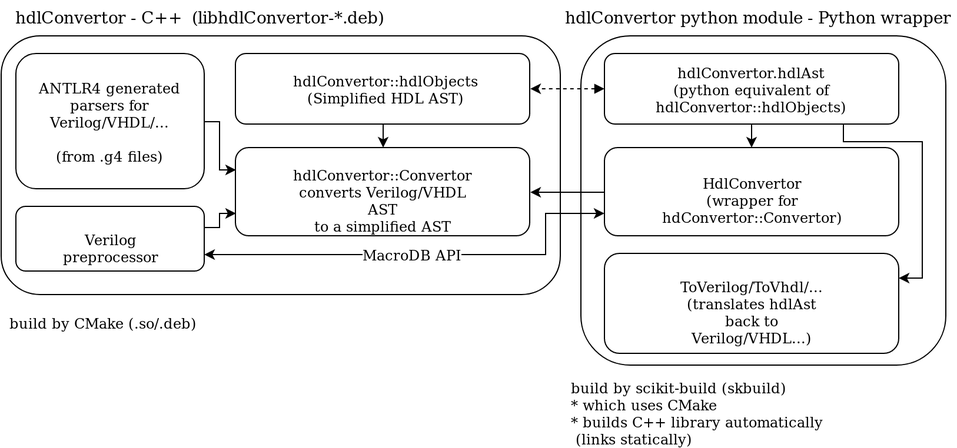
This is doc/hdlConvertor_overview.png from bushbecky/hdlConvertor, a draw.io export, as it was before one commit. Source tidied: cells renumbered, new cells last; positions are measured from the earlier drawing's top-left corner, leaving out a move shared by most shapes.
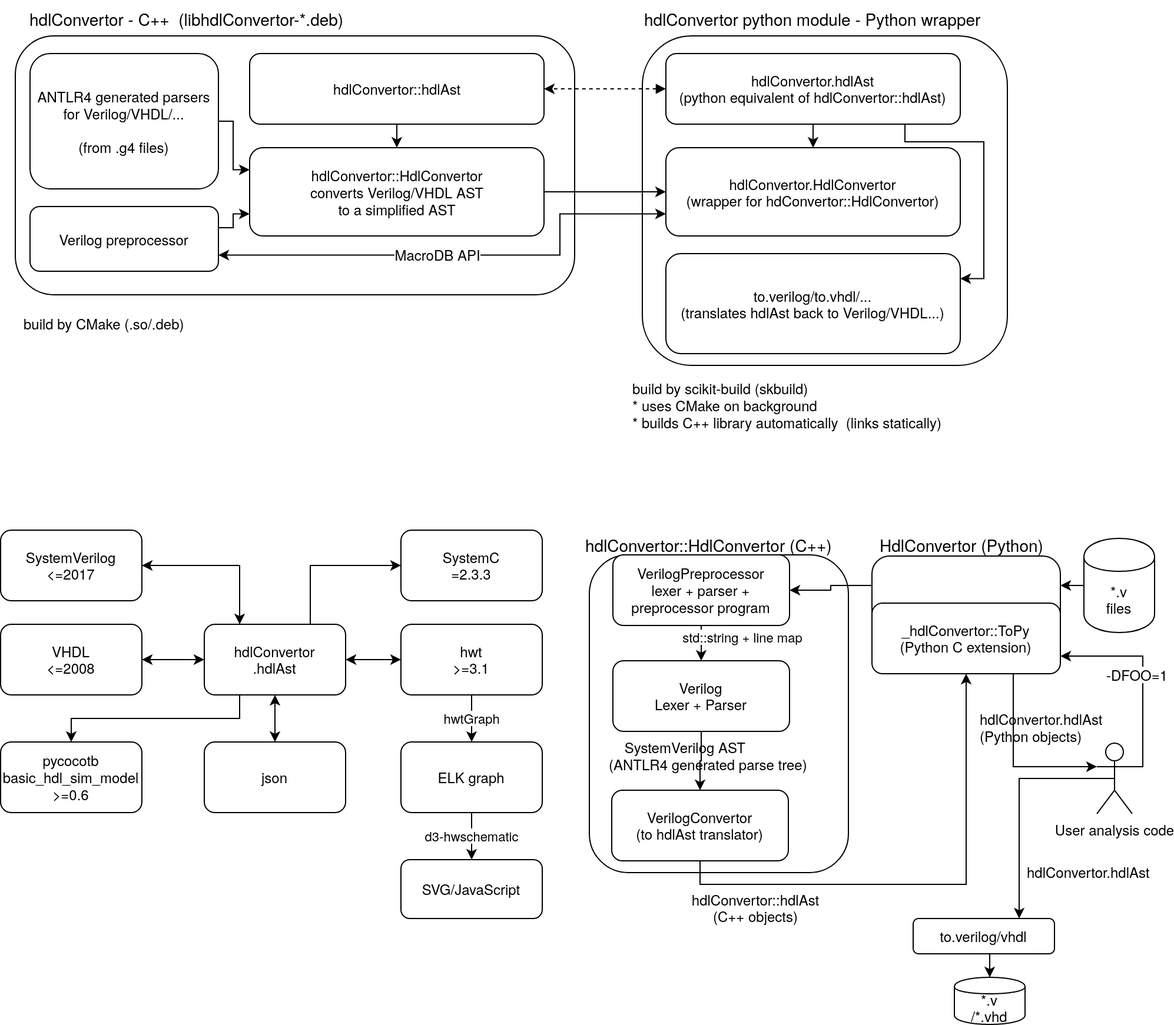
Later version of the same file.

What changed in the source:
```diff
@@ -6,7 +6,7 @@
       <mxGeometry x="-0.5" y="30" width="475" height="220" as="geometry" />
     </mxCell>
     <mxCell id="3" style="rounded=1;whiteSpace=wrap;html=1;" parent="1" vertex="1">
-      <mxGeometry x="492" y="30" width="310" height="280" as="geometry" />
+      <mxGeometry x="532" y="30" width="310" height="280" as="geometry" />
     </mxCell>
     <mxCell id="4" value="&lt;font style=&quot;font-size: 14px&quot;&gt;hdlConvertor - C++&amp;nbsp; (libhdlConvertor-*.deb)&lt;/font&gt;" style="text;html=1;" parent="1" vertex="1">
       <mxGeometry x="9.5" width="365" height="30" as="geometry" />
@@ -36,20 +36,20 @@
     <mxCell id="9" style="edgeStyle=orthogonalEdgeStyle;rounded=0;jettySize=auto;html=1;exitX=0.5;exitY=1;exitDx=0;exitDy=0;entryX=0.5;entryY=0;entryDx=0;entryDy=0;" parent="1" edge="1" source="10" target="12">
       <mxGeometry relative="1" as="geometry" />
     </mxCell>
-    <mxCell id="10" value="&lt;div&gt;hdlConvertor::hdlObjects&lt;/div&gt;&lt;div&gt;(Simplified HDL AST)&lt;br&gt;&lt;/div&gt;" style="rounded=1;whiteSpace=wrap;html=1;" parent="1" vertex="1">
+    <mxCell id="10" value="&lt;div&gt;hdlConvertor::hdlAst&lt;/div&gt;" style="rounded=1;whiteSpace=wrap;html=1;" parent="1" vertex="1">
       <mxGeometry x="198.5" y="45" width="250" height="60" as="geometry" />
     </mxCell>
     <mxCell id="11" value="&lt;div&gt;&lt;font style=&quot;font-size: 14px&quot;&gt;hdlConvertor python module - Python wrapper&lt;/font&gt;&lt;/div&gt;" style="text;html=1;" parent="1" vertex="1">
-      <mxGeometry x="477" width="280" height="20" as="geometry" />
+      <mxGeometry x="532" width="280" height="20" as="geometry" />
     </mxCell>
-    <mxCell id="12" value="&lt;div&gt;hdlConvertor::Convertor&lt;/div&gt;&lt;div&gt; converts Verilog/VHDL AST &lt;br&gt;&lt;/div&gt;&lt;div&gt;to a simplified AST&lt;/div&gt;" style="rounded=1;whiteSpace=wrap;html=1;" parent="1" vertex="1">
+    <mxCell id="12" value="&lt;div&gt;hdlConvertor::HdlConvertor&lt;/div&gt;&lt;div&gt; converts Verilog/VHDL AST &lt;br&gt;&lt;/div&gt;&lt;div&gt;to a simplified AST&lt;/div&gt;" style="rounded=1;whiteSpace=wrap;html=1;" parent="1" vertex="1">
       <mxGeometry x="198.5" y="125" width="250" height="75" as="geometry" />
     </mxCell>
     <mxCell id="13" value="build by CMake (.so/.deb)" style="text;html=1;align=left;verticalAlign=top;spacingTop=-4;" parent="1" vertex="1">
       <mxGeometry x="4.5" y="265" width="170" height="20" as="geometry" />
     </mxCell>
-    <mxCell id="14" value="&lt;div&gt;build by scikit-build (skbuild)&lt;/div&gt;&lt;div&gt;* which uses CMake&lt;/div&gt;&lt;div&gt;* builds C++ library automatically&lt;br&gt;&amp;nbsp;(links statically)&lt;br&gt;&lt;/div&gt;" style="text;html=1;align=left;verticalAlign=top;spacingTop=-4;" parent="1" vertex="1">
-      <mxGeometry x="482" y="320" width="230" height="60" as="geometry" />
+    <mxCell id="14" value="&lt;div&gt;build by scikit-build (skbuild)&lt;/div&gt;&lt;div&gt;* uses CMake on background&lt;br&gt;&lt;/div&gt;&lt;div&gt;* builds C++ library automatically&amp;nbsp; (links statically)&lt;br&gt;&lt;/div&gt;" style="text;html=1;align=left;verticalAlign=top;spacingTop=-4;" parent="1" vertex="1">
+      <mxGeometry x="522" y="320" width="280" height="40" as="geometry" />
     </mxCell>
     <mxCell id="15" style="edgeStyle=orthogonalEdgeStyle;rounded=0;jettySize=auto;html=1;exitX=0;exitY=0.5;exitDx=0;exitDy=0;entryX=1;entryY=0.5;entryDx=0;entryDy=0;dashed=1;startArrow=block;startFill=1;" parent="1" edge="1" source="18" target="10">
       <mxGeometry relative="1" as="geometry" />
@@ -60,17 +60,17 @@
     <mxCell id="17" style="edgeStyle=orthogonalEdgeStyle;rounded=0;jettySize=auto;html=1;exitX=0.75;exitY=1;exitDx=0;exitDy=0;entryX=1;entryY=0.25;entryDx=0;entryDy=0;" parent="1" edge="1" source="18" target="23">
       <mxGeometry relative="1" as="geometry">
         <Array as="points">
-          <mxPoint x="715" y="105" />
-          <mxPoint x="715" y="120" />
-          <mxPoint x="782" y="120" />
-          <mxPoint x="782" y="236" />
+          <mxPoint x="755" y="105" />
+          <mxPoint x="755" y="120" />
+          <mxPoint x="822" y="120" />
+          <mxPoint x="822" y="236" />
         </Array>
       </mxGeometry>
     </mxCell>
-    <mxCell id="18" value="&lt;div&gt;hdlConvertor.hdlAst&lt;/div&gt;&lt;div&gt;(python equivalent of hdlConvertor::hdlObjects)&lt;br&gt;&lt;/div&gt;" style="rounded=1;whiteSpace=wrap;html=1;" parent="1" vertex="1">
-      <mxGeometry x="512" y="45" width="250" height="60" as="geometry" />
+    <mxCell id="18" value="&lt;div&gt;hdlConvertor.hdlAst&lt;/div&gt;&lt;div&gt;(python equivalent of hdlConvertor::hdlAst)&lt;br&gt;&lt;/div&gt;" style="rounded=1;whiteSpace=wrap;html=1;" parent="1" vertex="1">
+      <mxGeometry x="552" y="45" width="250" height="60" as="geometry" />
     </mxCell>
-    <mxCell id="19" style="edgeStyle=orthogonalEdgeStyle;rounded=0;jettySize=auto;html=1;exitX=0;exitY=0.5;exitDx=0;exitDy=0;entryX=1;entryY=0.5;entryDx=0;entryDy=0;" parent="1" edge="1" source="22" target="12">
+    <mxCell id="19" style="edgeStyle=orthogonalEdgeStyle;rounded=0;jettySize=auto;html=1;exitX=0;exitY=0.5;exitDx=0;exitDy=0;entryX=1;entryY=0.5;entryDx=0;entryDy=0;startArrow=classic;startFill=1;endArrow=none;endFill=0;" parent="1" edge="1" source="22" target="12">
       <mxGeometry relative="1" as="geometry">
         <Array as="points">
           <mxPoint x="500" y="163" />
@@ -90,11 +90,160 @@
         <mxPoint x="80" y="2" as="offset" />
       </mxGeometry>
     </mxCell>
-    <mxCell id="22" value="&lt;div&gt;HdlConvertor&lt;/div&gt;&lt;div&gt;(wrapper for hdConvertor::Convertor)&lt;br&gt;&lt;/div&gt;" style="rounded=1;whiteSpace=wrap;html=1;" parent="1" vertex="1">
-      <mxGeometry x="512" y="125" width="250" height="75" as="geometry" />
+    <mxCell id="22" value="&lt;div&gt;hdlConvertor.HdlConvertor&lt;/div&gt;&lt;div&gt;(wrapper for hdConvertor::HdlConvertor)&lt;br&gt;&lt;/div&gt;" style="rounded=1;whiteSpace=wrap;html=1;" parent="1" vertex="1">
+      <mxGeometry x="552" y="125" width="250" height="75" as="geometry" />
     </mxCell>
-    <mxCell id="23" value="&lt;div&gt;ToVerilog/ToVhdl/...&lt;/div&gt;&lt;div&gt;(translates hdlAst&lt;/div&gt;&lt;div&gt; back to Verilog/VHDL...)&lt;br&gt;&lt;/div&gt;" style="rounded=1;whiteSpace=wrap;html=1;" parent="1" vertex="1">
-      <mxGeometry x="512" y="215" width="250" height="85" as="geometry" />
+    <mxCell id="23" value="&lt;div&gt;to.verilog/to.vhdl/...&lt;/div&gt;&lt;div&gt;(translates hdlAst back to Verilog/VHDL...)&lt;br&gt;&lt;/div&gt;" style="rounded=1;whiteSpace=wrap;html=1;" parent="1" vertex="1">
+      <mxGeometry x="552" y="215" width="250" height="85" as="geometry" />
     </mxCell>
+    <mxCell id="24" style="rounded=1;whiteSpace=wrap;html=1;" parent="1" vertex="1">
+      <mxGeometry x="487" y="471" width="220" height="270" as="geometry" />
+    </mxCell>
+    <mxCell id="25" value="&lt;font style=&quot;font-size: 14px&quot;&gt;hdlConvertor::HdlConvertor (C++)&lt;/font&gt;" style="text;html=1;align=left;verticalAlign=top;spacingTop=-4;" parent="1" vertex="1">
+      <mxGeometry x="482" y="451" width="220" height="20" as="geometry" />
+    </mxCell>
+    <mxCell id="26" value="std::string + line map" style="edgeStyle=orthogonalEdgeStyle;rounded=0;jettySize=auto;html=1;exitX=0.5;exitY=1;exitDx=0;exitDy=0;entryX=0.5;entryY=0;entryDx=0;entryDy=0;" parent="1" edge="1" source="27" target="29">
+      <mxGeometry x="-0.33" y="35" relative="1" as="geometry" />
+    </mxCell>
+    <mxCell id="27" value="&lt;div&gt;VerilogPreprocessor&lt;/div&gt;&lt;div&gt;lexer + parser + preprocessor program&lt;br&gt;&lt;/div&gt;" style="rounded=1;whiteSpace=wrap;html=1;" parent="1" vertex="1">
+      <mxGeometry x="507" y="471" width="150" height="60" as="geometry" />
+    </mxCell>
+    <mxCell id="28" style="edgeStyle=orthogonalEdgeStyle;rounded=0;jettySize=auto;html=1;exitX=0.5;exitY=1;exitDx=0;exitDy=0;entryX=0.5;entryY=0;entryDx=0;entryDy=0;" parent="1" edge="1" source="29" target="32">
+      <mxGeometry relative="1" as="geometry" />
+    </mxCell>
+    <mxCell id="29" value="&lt;div&gt;Verilog&lt;/div&gt;&lt;div&gt; Lexer + Parser&lt;/div&gt;" style="rounded=1;whiteSpace=wrap;html=1;" parent="1" vertex="1">
+      <mxGeometry x="507" y="561" width="150" height="60" as="geometry" />
+    </mxCell>
+    <mxCell id="30" style="edgeStyle=orthogonalEdgeStyle;rounded=0;jettySize=auto;html=1;exitX=0.5;exitY=1;exitDx=0;exitDy=0;entryX=0.5;entryY=1;entryDx=0;entryDy=0;" parent="1" edge="1" source="32" target="40">
+      <mxGeometry relative="1" as="geometry" />
+    </mxCell>
+    <mxCell id="31" value="&lt;div&gt;hdlConvertor::hdlAst&lt;/div&gt;&lt;div&gt;(C++ objects)&lt;/div&gt;" style="text;html=1;align=center;verticalAlign=middle;labelBackgroundColor=#ffffff;" parent="30" vertex="1">
+      <mxGeometry x="-0.14" relative="1" as="geometry">
+        <mxPoint x="-117" y="19" as="offset" />
+      </mxGeometry>
+    </mxCell>
+    <mxCell id="32" value="&lt;div&gt;VerilogConvertor&lt;br&gt;&lt;/div&gt;&lt;div&gt;(to hdlAst translator)&lt;/div&gt;" style="rounded=1;whiteSpace=wrap;html=1;" parent="1" vertex="1">
+      <mxGeometry x="506" y="671" width="150" height="60" as="geometry" />
+    </mxCell>
+    <mxCell id="33" value="&lt;div&gt;&amp;nbsp;&amp;nbsp;&amp;nbsp; SystemVerilog AST&lt;/div&gt;&lt;div&gt;(ANTLR4 generated parse tree)&lt;/div&gt;" style="text;html=1;" parent="1" vertex="1">
+      <mxGeometry x="502" y="621" width="205" height="40" as="geometry" />
+    </mxCell>
+    <mxCell id="34" style="edgeStyle=orthogonalEdgeStyle;rounded=0;jettySize=auto;html=1;exitX=0;exitY=0.25;exitDx=0;exitDy=0;entryX=1;entryY=0.5;entryDx=0;entryDy=0;startArrow=none;startFill=0;" parent="1" edge="1" source="35" target="27">
+      <mxGeometry relative="1" as="geometry" />
+    </mxCell>
+    <mxCell id="35" style="rounded=1;whiteSpace=wrap;html=1;" parent="1" vertex="1">
+      <mxGeometry x="727" y="472" width="160" height="100" as="geometry" />
+    </mxCell>
+    <mxCell id="36" value="&lt;font style=&quot;font-size: 14px&quot;&gt;HdlConvertor (Python)&lt;/font&gt;" style="text;html=1;align=left;verticalAlign=top;spacingTop=-4;" parent="1" vertex="1">
+      <mxGeometry x="732" y="451" width="180" height="20" as="geometry" />
+    </mxCell>
+    <mxCell id="37" style="edgeStyle=orthogonalEdgeStyle;rounded=0;jettySize=auto;html=1;exitX=0;exitY=0.5;exitDx=0;exitDy=0;entryX=1;entryY=0.25;entryDx=0;entryDy=0;startArrow=none;startFill=0;" parent="1" edge="1" source="38" target="35">
+      <mxGeometry relative="1" as="geometry" />
+    </mxCell>
+    <mxCell id="38" value="&lt;div&gt;*.v&lt;/div&gt;&lt;div&gt;files&lt;br&gt;&lt;/div&gt;" style="shape=cylinder;whiteSpace=wrap;html=1;boundedLbl=1;backgroundOutline=1;" parent="1" vertex="1">
+      <mxGeometry x="907" y="457" width="60" height="80" as="geometry" />
+    </mxCell>
+    <mxCell id="39" style="edgeStyle=orthogonalEdgeStyle;rounded=0;jettySize=auto;html=1;exitX=0.75;exitY=1;exitDx=0;exitDy=0;entryX=0;entryY=0.3333333333333333;entryDx=0;entryDy=0;entryPerimeter=0;" parent="1" edge="1" source="40" target="45">
+      <mxGeometry relative="1" as="geometry">
+        <Array as="points">
+          <mxPoint x="847" y="651" />
+        </Array>
+      </mxGeometry>
+    </mxCell>
+    <mxCell id="40" value="&lt;div&gt;_hdlConvertor::ToPy&lt;/div&gt;&lt;div&gt;(Python C extension)&lt;br&gt;&lt;/div&gt;" style="rounded=1;whiteSpace=wrap;html=1;" parent="1" vertex="1">
+      <mxGeometry x="727" y="512" width="160" height="60" as="geometry" />
+    </mxCell>
+    <mxCell id="41" value="&lt;div&gt;hdlConvertor.hdlAst&lt;/div&gt;&lt;div&gt; (Python objects)&lt;/div&gt;" style="text;html=1;align=left;verticalAlign=top;spacingTop=-4;" parent="1" vertex="1">
+      <mxGeometry x="817" y="601" width="140" height="30" as="geometry" />
+    </mxCell>
+    <mxCell id="42" style="edgeStyle=orthogonalEdgeStyle;rounded=0;jettySize=auto;html=1;exitX=1;exitY=0.3333333333333333;exitDx=0;exitDy=0;exitPerimeter=0;entryX=1;entryY=0.75;entryDx=0;entryDy=0;startArrow=none;startFill=0;" parent="1" edge="1" source="45" target="40">
+      <mxGeometry relative="1" as="geometry">
+        <Array as="points">
+          <mxPoint x="957" y="557" />
+        </Array>
+      </mxGeometry>
+    </mxCell>
+    <mxCell id="43" value="-DFOO=1" style="text;html=1;align=center;verticalAlign=middle;labelBackgroundColor=#ffffff;" parent="42" vertex="1">
+      <mxGeometry x="0.23" y="-2" relative="1" as="geometry">
+        <mxPoint x="-2" y="17" as="offset" />
+      </mxGeometry>
+    </mxCell>
+    <mxCell id="44" style="edgeStyle=orthogonalEdgeStyle;rounded=0;jettySize=auto;html=1;exitX=0.5;exitY=0.5;exitDx=0;exitDy=0;exitPerimeter=0;entryX=0.75;entryY=0;entryDx=0;entryDy=0;startArrow=none;startFill=0;endArrow=classic;endFill=1;" parent="1" edge="1" source="45" target="47">
+      <mxGeometry relative="1" as="geometry" />
+    </mxCell>
+    <mxCell id="45" value="User analysis code" style="shape=umlActor;verticalLabelPosition=bottom;labelBackgroundColor=#ffffff;verticalAlign=top;html=1;outlineConnect=0;" parent="1" vertex="1">
+      <mxGeometry x="918" y="631" width="30" height="60" as="geometry" />
+    </mxCell>
+    <mxCell id="46" style="edgeStyle=orthogonalEdgeStyle;rounded=0;jettySize=auto;html=1;exitX=0.5;exitY=1;exitDx=0;exitDy=0;entryX=0.5;entryY=0;entryDx=0;entryDy=0;startArrow=none;startFill=0;endArrow=classic;endFill=1;" parent="1" edge="1" source="47" target="48">
+      <mxGeometry relative="1" as="geometry" />
+    </mxCell>
+    <mxCell id="47" value="to.verilog/vhdl" style="rounded=1;whiteSpace=wrap;html=1;" parent="1" vertex="1">
+      <mxGeometry x="762" y="780" width="120" height="30" as="geometry" />
+    </mxCell>
+    <mxCell id="48" value="&lt;div&gt;*.v&lt;/div&gt;/*.vhd" style="shape=cylinder;whiteSpace=wrap;html=1;boundedLbl=1;backgroundOutline=1;" parent="1" vertex="1">
+      <mxGeometry x="797" y="830" width="60" height="40" as="geometry" />
+    </mxCell>
+    <mxCell id="49" value="&lt;div&gt;hdlConvertor.hdlAst&lt;/div&gt;" style="text;html=1;align=left;verticalAlign=top;spacingTop=-4;" parent="1" vertex="1">
+      <mxGeometry x="857" y="731" width="120" height="20" as="geometry" />
+    </mxCell>
+    <mxCell id="50" style="edgeStyle=orthogonalEdgeStyle;rounded=0;jettySize=auto;html=1;exitX=0.75;exitY=0;exitDx=0;exitDy=0;entryX=0;entryY=0.5;entryDx=0;entryDy=0;" parent="1" edge="1" source="57" target="66">
+      <mxGeometry relative="1" as="geometry">
+        <Array as="points">
+          <mxPoint x="250" y="480" />
+        </Array>
+      </mxGeometry>
+    </mxCell>
+    <mxCell id="51" style="edgeStyle=orthogonalEdgeStyle;rounded=0;jettySize=auto;html=1;exitX=1;exitY=0.5;exitDx=0;exitDy=0;entryX=0;entryY=0.5;entryDx=0;entryDy=0;startArrow=classic;startFill=1;endArrow=classic;endFill=1;" parent="1" edge="1" source="57" target="58">
+      <mxGeometry relative="1" as="geometry" />
+    </mxCell>
+    <mxCell id="52" style="edgeStyle=orthogonalEdgeStyle;rounded=0;jettySize=auto;html=1;exitX=0.25;exitY=1;exitDx=0;exitDy=0;entryX=0.5;entryY=0;entryDx=0;entryDy=0;startArrow=none;startFill=0;" parent="1" edge="1" source="57" target="62">
+      <mxGeometry relative="1" as="geometry" />
+    </mxCell>
+    <mxCell id="53" value="hwtGraph" style="edgeStyle=orthogonalEdgeStyle;rounded=0;jettySize=auto;html=1;exitX=0.5;exitY=1;exitDx=0;exitDy=0;entryX=0.5;entryY=0;entryDx=0;entryDy=0;startArrow=none;startFill=0;" parent="1" edge="1" source="58" target="60">
+      <mxGeometry relative="1" as="geometry" />
+    </mxCell>
+    <mxCell id="54" style="edgeStyle=orthogonalEdgeStyle;rounded=0;jettySize=auto;html=1;exitX=1;exitY=0.5;exitDx=0;exitDy=0;entryX=0;entryY=0.5;entryDx=0;entryDy=0;startArrow=classic;startFill=1;" parent="1" edge="1" source="63" target="57">
+      <mxGeometry relative="1" as="geometry" />
+    </mxCell>
+    <mxCell id="55" style="edgeStyle=orthogonalEdgeStyle;rounded=0;jettySize=auto;html=1;exitX=1;exitY=0.5;exitDx=0;exitDy=0;entryX=0.25;entryY=0;entryDx=0;entryDy=0;startArrow=classic;startFill=1;" parent="1" edge="1" source="64" target="57">
+      <mxGeometry relative="1" as="geometry">
+        <Array as="points">
+          <mxPoint x="190" y="480" />
+        </Array>
+      </mxGeometry>
+    </mxCell>
+    <mxCell id="56" style="edgeStyle=orthogonalEdgeStyle;rounded=0;jettySize=auto;html=1;exitX=0.5;exitY=1;exitDx=0;exitDy=0;entryX=0.5;entryY=0;entryDx=0;entryDy=0;startArrow=classic;startFill=1;endArrow=classic;endFill=1;" parent="1" edge="1" source="57" target="65">
+      <mxGeometry relative="1" as="geometry" />
+    </mxCell>
+    <mxCell id="57" value="&lt;div&gt;hdlConvertor&lt;/div&gt;&lt;div&gt;.hdlAst&lt;/div&gt;" style="rounded=1;whiteSpace=wrap;html=1;" parent="1" vertex="1">
+      <mxGeometry x="160" y="530" width="120" height="60" as="geometry" />
+    </mxCell>
+    <mxCell id="58" value="&lt;div&gt;hwt&lt;/div&gt;&lt;div&gt;&amp;gt;=3.1&lt;br&gt;&lt;/div&gt;" style="rounded=1;whiteSpace=wrap;html=1;" parent="1" vertex="1">
+      <mxGeometry x="327" y="530" width="120" height="60" as="geometry" />
+    </mxCell>
+    <mxCell id="59" value="d3-hwschematic" style="edgeStyle=orthogonalEdgeStyle;rounded=0;jettySize=auto;html=1;exitX=0.5;exitY=1;exitDx=0;exitDy=0;entryX=0.5;entryY=0;entryDx=0;entryDy=0;startArrow=none;startFill=0;endArrow=classic;endFill=1;" parent="1" edge="1" source="60" target="61">
+      <mxGeometry relative="1" as="geometry" />
+    </mxCell>
+    <mxCell id="60" value="ELK graph" style="rounded=1;whiteSpace=wrap;html=1;" parent="1" vertex="1">
+      <mxGeometry x="327" y="630" width="120" height="60" as="geometry" />
+    </mxCell>
+    <mxCell id="61" value="SVG/JavaScript" style="rounded=1;whiteSpace=wrap;html=1;" parent="1" vertex="1">
+      <mxGeometry x="327" y="730" width="120" height="50" as="geometry" />
+    </mxCell>
+    <mxCell id="62" value="&lt;div&gt;pycocotb&lt;/div&gt;&lt;div&gt;basic_hdl_sim_model&lt;br&gt;&lt;/div&gt;&lt;div&gt;&amp;gt;=0.6&lt;br&gt;&lt;/div&gt;" style="rounded=1;whiteSpace=wrap;html=1;" parent="1" vertex="1">
+      <mxGeometry x="-13" y="630" width="120" height="60" as="geometry" />
+    </mxCell>
+    <mxCell id="63" value="&lt;div&gt;VHDL&lt;/div&gt;&lt;div&gt; &amp;lt;=2008&lt;/div&gt;" style="rounded=1;whiteSpace=wrap;html=1;" parent="1" vertex="1">
+      <mxGeometry x="-13" y="530" width="120" height="60" as="geometry" />
+    </mxCell>
+    <mxCell id="64" value="SystemVerilog &amp;lt;=2017" style="rounded=1;whiteSpace=wrap;html=1;" parent="1" vertex="1">
+      <mxGeometry x="-13" y="450" width="120" height="60" as="geometry" />
+    </mxCell>
+    <mxCell id="65" value="json" style="rounded=1;whiteSpace=wrap;html=1;" parent="1" vertex="1">
+      <mxGeometry x="160" y="630" width="120" height="60" as="geometry" />
+    </mxCell>
+    <mxCell id="66" value="&lt;div&gt;SystemC&lt;/div&gt;&lt;div&gt;=2.3.3&lt;/div&gt;" style="rounded=1;whiteSpace=wrap;html=1;" parent="1" vertex="1">
+      <mxGeometry x="327" y="450" width="120" height="60" as="geometry" />
+    </mxCell>
   </root>
 </mxGraphModel>
```
